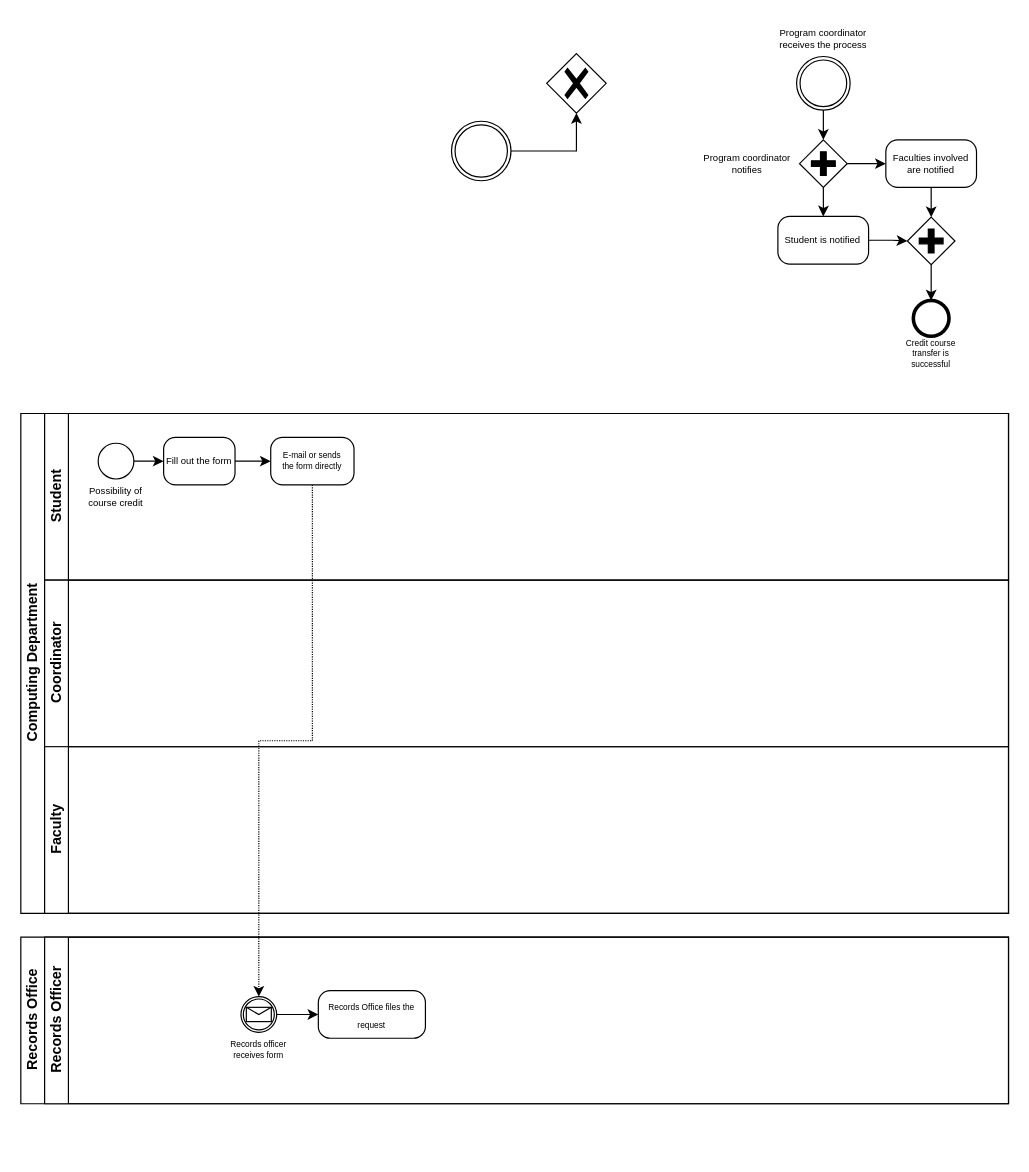
gdcho/comp1712 keeps this draw.io diagram as Untitled Diagram.drawio. Above is the earlier version. Source tidied: cells renumbered, new cells numbered last; positions are measured from the earlier drawing's top-left corner, leaving out a move shared by most shapes. Both pictures are drawn from the tidied source at 119%, with x=0, y=0 at pixel (20, 20).
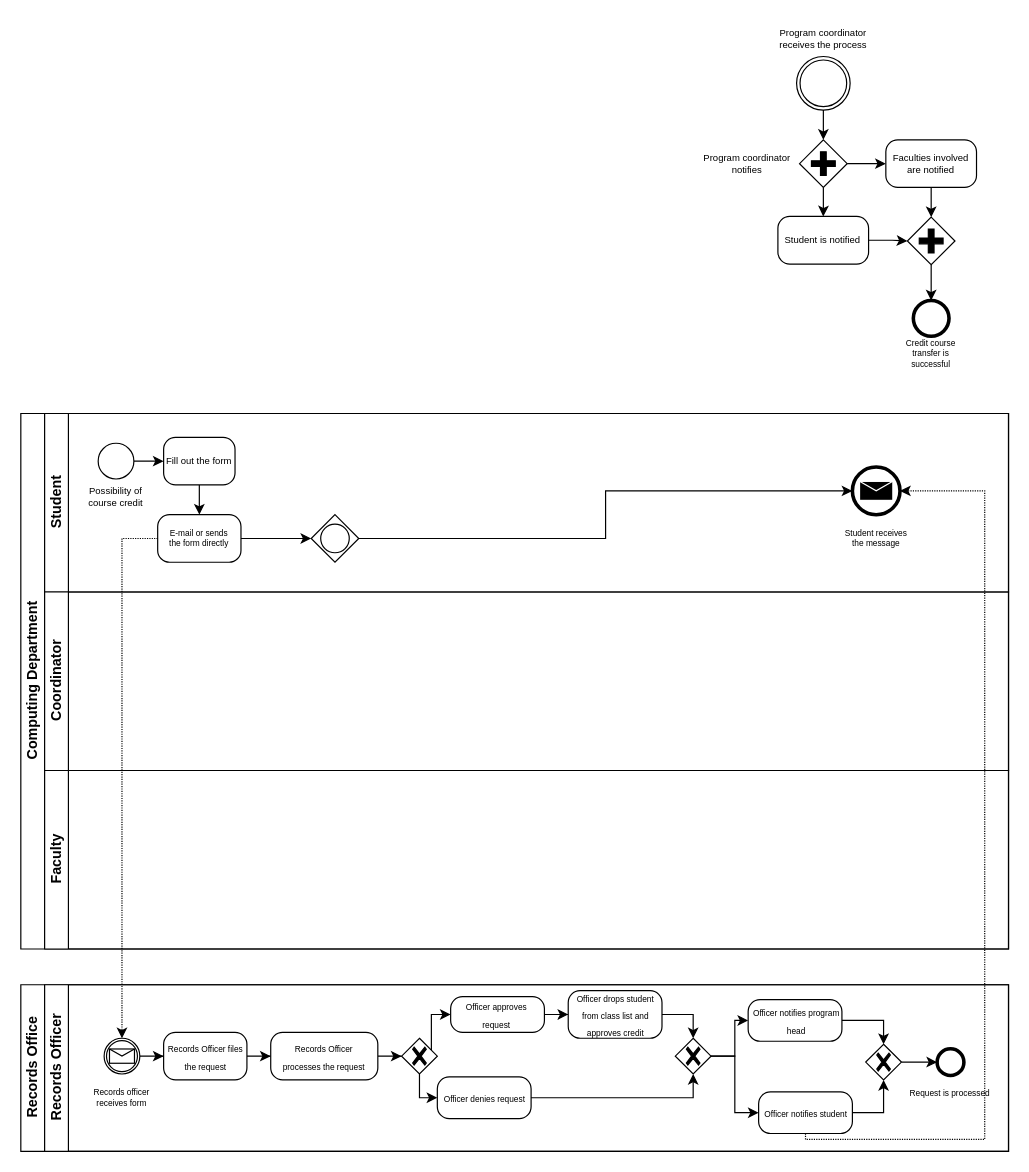
Above is the later version.

Unchanged cells that the change refers to:
```xml
<mxCell id="26" value="Fill out the form" style="points=[[0.25,0,0],[0.5,0,0],[0.75,0,0],[1,0.25,0],[1,0.5,0],[1,0.75,0],[0.75,1,0],[0.5,1,0],[0.25,1,0],[0,0.75,0],[0,0.5,0],[0,0.25,0]];shape=mxgraph.bpmn.task;whiteSpace=wrap;rectStyle=rounded;size=10;html=1;taskMarker=abstract;fontSize=8;" parent="21" vertex="1">
  <mxGeometry x="100" y="20" width="60" height="40" as="geometry" />
</mxCell>
<mxCell id="32" value="Records Officer" style="swimlane;startSize=20;horizontal=0;html=1;" parent="31" vertex="1">
  <mxGeometry x="20" width="810" height="140" as="geometry" />
</mxCell>
```

The edit, as a diff of the source:
```diff
@@
-    <mxCell id="3" style="edgeStyle=orthogonalEdgeStyle;rounded=0;jettySize=auto;html=1;entryX=0.5;entryY=1;entryDx=0;entryDy=0;entryPerimeter=0;" parent="1" edge="1" source="6" target="4">
-      <mxGeometry relative="1" as="geometry" />
-    </mxCell>
-    <mxCell id="4" style="points=[[0.25,0.25,0],[0.5,0,0],[0.75,0.25,0],[1,0.5,0],[0.75,0.75,0],[0.5,1,0],[0.25,0.75,0],[0,0.5,0]];shape=mxgraph.bpmn.gateway2;html=1;verticalLabelPosition=bottom;labelBackgroundColor=#ffffff;verticalAlign=top;align=center;perimeter=rhombusPerimeter;outlineConnect=0;outline=none;symbol=none;gwType=exclusive;" parent="1" vertex="1">
-      <mxGeometry x="441.9" y="27.5" width="50" height="50" as="geometry" />
-    </mxCell>
@@
-    <mxCell id="6" style="points=[[0.145,0.145,0],[0.5,0,0],[0.855,0.145,0],[1,0.5,0],[0.855,0.855,0],[0.5,1,0],[0.145,0.855,0],[0,0.5,0]];shape=mxgraph.bpmn.event;html=1;verticalLabelPosition=bottom;labelBackgroundColor=#ffffff;verticalAlign=top;align=center;perimeter=ellipsePerimeter;outlineConnect=0;outline=throwing;symbol=general;fontSize=8;" parent="1" vertex="1">
-      <mxGeometry x="361.9" y="84.4" width="50" height="50" as="geometry" />
-    </mxCell>
@@
     <mxCell id="20" value="&lt;div&gt;Computing Department&lt;/div&gt;" style="swimlane;horizontal=0;startSize=20;html=1;" parent="1" vertex="1">
-      <mxGeometry y="330" width="830" height="420" as="geometry" />
+      <mxGeometry y="330" width="830" height="450" as="geometry" />
     </mxCell>
     <mxCell id="21" value="Student" style="swimlane;startSize=20;horizontal=0;html=1;" parent="20" vertex="1">
-      <mxGeometry x="20" width="810" height="140" as="geometry" />
+      <mxGeometry x="20" width="810" height="150" as="geometry" />
     </mxCell>
@@
-    <mxCell id="25" style="edgeStyle=orthogonalEdgeStyle;rounded=0;jettySize=auto;html=1;entryX=0;entryY=0.5;entryDx=0;entryDy=0;entryPerimeter=0;" parent="21" edge="1" source="26" target="27">
+    <mxCell id="25" style="edgeStyle=orthogonalEdgeStyle;rounded=0;jettySize=auto;html=1;entryX=0.5;entryY=0;entryDx=0;entryDy=0;entryPerimeter=0;" parent="21" edge="1" source="26" target="27">
       <mxGeometry relative="1" as="geometry" />
     </mxCell>
@@
+    <mxCell id="39" style="edgeStyle=orthogonalEdgeStyle;rounded=0;jettySize=auto;html=1;entryX=0;entryY=0.5;entryDx=0;entryDy=0;entryPerimeter=0;" parent="21" edge="1" source="27" target="41">
+      <mxGeometry relative="1" as="geometry" />
+    </mxCell>
     <mxCell id="27" style="points=[[0.25,0,0],[0.5,0,0],[0.75,0,0],[1,0.25,0],[1,0.5,0],[1,0.75,0],[0.75,1,0],[0.5,1,0],[0.25,1,0],[0,0.75,0],[0,0.5,0],[0,0.25,0]];shape=mxgraph.bpmn.task;whiteSpace=wrap;rectStyle=rounded;size=10;html=1;taskMarker=abstract;" parent="21" vertex="1">
-      <mxGeometry x="190" y="20" width="70" height="40" as="geometry" />
+      <mxGeometry x="95" y="85" width="70" height="40" as="geometry" />
     </mxCell>
     <mxCell id="28" value="E-mail or sends the form directly" style="text;html=1;strokeColor=none;fillColor=none;align=center;verticalAlign=middle;whiteSpace=wrap;rounded=0;fontSize=7;" parent="21" vertex="1">
-      <mxGeometry x="195" y="25" width="60" height="30" as="geometry" />
+      <mxGeometry x="100" y="90" width="60" height="30" as="geometry" />
     </mxCell>
+    <mxCell id="40" style="edgeStyle=orthogonalEdgeStyle;rounded=0;jettySize=auto;html=1;" parent="21" edge="1" source="41" target="42">
+      <mxGeometry relative="1" as="geometry" />
+    </mxCell>
+    <mxCell id="41" style="points=[[0.25,0.25,0],[0.5,0,0],[0.75,0.25,0],[1,0.5,0],[0.75,0.75,0],[0.5,1,0],[0.25,0.75,0],[0,0.5,0]];shape=mxgraph.bpmn.gateway2;html=1;verticalLabelPosition=bottom;labelBackgroundColor=#ffffff;verticalAlign=top;align=center;perimeter=rhombusPerimeter;outlineConnect=0;outline=standard;symbol=general;" parent="21" vertex="1">
+      <mxGeometry x="224" y="85" width="40" height="40" as="geometry" />
+    </mxCell>
+    <mxCell id="42" style="points=[[0.145,0.145,0],[0.5,0,0],[0.855,0.145,0],[1,0.5,0],[0.855,0.855,0],[0.5,1,0],[0.145,0.855,0],[0,0.5,0]];shape=mxgraph.bpmn.event;html=1;verticalLabelPosition=bottom;labelBackgroundColor=#ffffff;verticalAlign=top;align=center;perimeter=ellipsePerimeter;outlineConnect=0;outline=end;symbol=message;" parent="21" vertex="1">
+      <mxGeometry x="678.8" y="45" width="40" height="40" as="geometry" />
+    </mxCell>
+    <mxCell id="43" value="Student receives the message" style="text;html=1;strokeColor=none;fillColor=none;align=center;verticalAlign=middle;whiteSpace=wrap;rounded=0;fontSize=7;" parent="21" vertex="1">
+      <mxGeometry x="668.8" y="90" width="60" height="30" as="geometry" />
+    </mxCell>
     <mxCell id="29" value="Coordinator" style="swimlane;startSize=20;horizontal=0;html=1;" parent="20" vertex="1">
-      <mxGeometry x="20" y="140" width="810" height="140" as="geometry" />
+      <mxGeometry x="20" y="150" width="810" height="150" as="geometry" />
     </mxCell>
     <mxCell id="30" value="Faculty" style="swimlane;startSize=20;horizontal=0;html=1;" parent="20" vertex="1">
-      <mxGeometry x="20" y="280" width="810" height="140" as="geometry" />
+      <mxGeometry x="20" y="300" width="810" height="150" as="geometry" />
     </mxCell>
     <mxCell id="31" value="&lt;div&gt;Records Office&lt;br&gt;&lt;/div&gt;" style="swimlane;horizontal=0;startSize=20;html=1;" parent="1" vertex="1">
-      <mxGeometry y="770" width="830" height="140" as="geometry" />
+      <mxGeometry y="810" width="830" height="140" as="geometry" />
     </mxCell>
@@
     <mxCell id="34" style="points=[[0.145,0.145,0],[0.5,0,0],[0.855,0.145,0],[1,0.5,0],[0.855,0.855,0],[0.5,1,0],[0.145,0.855,0],[0,0.5,0]];shape=mxgraph.bpmn.event;html=1;verticalLabelPosition=bottom;labelBackgroundColor=#ffffff;verticalAlign=top;align=center;perimeter=ellipsePerimeter;outlineConnect=0;outline=catching;symbol=message;" parent="32" vertex="1">
-      <mxGeometry x="165" y="50" width="30" height="30" as="geometry" />
+      <mxGeometry x="50" y="45" width="30" height="30" as="geometry" />
     </mxCell>
     <mxCell id="35" value="Records officer receives form" style="text;html=1;strokeColor=none;fillColor=none;align=center;verticalAlign=middle;whiteSpace=wrap;rounded=0;fontSize=7;" parent="32" vertex="1">
-      <mxGeometry x="150" y="80" width="60" height="30" as="geometry" />
+      <mxGeometry x="35" y="80" width="60" height="30" as="geometry" />
     </mxCell>
+    <mxCell id="44" style="edgeStyle=orthogonalEdgeStyle;rounded=0;jettySize=auto;html=1;entryX=0;entryY=0.5;entryDx=0;entryDy=0;entryPerimeter=0;" parent="32" edge="1" source="36" target="46">
+      <mxGeometry relative="1" as="geometry" />
+    </mxCell>
     <mxCell id="36" style="points=[[0.25,0,0],[0.5,0,0],[0.75,0,0],[1,0.25,0],[1,0.5,0],[1,0.75,0],[0.75,1,0],[0.5,1,0],[0.25,1,0],[0,0.75,0],[0,0.5,0],[0,0.25,0]];shape=mxgraph.bpmn.task;whiteSpace=wrap;rectStyle=rounded;size=10;html=1;taskMarker=abstract;" parent="32" vertex="1">
-      <mxGeometry x="230" y="45" width="90" height="40" as="geometry" />
+      <mxGeometry x="100" y="40" width="70" height="40" as="geometry" />
     </mxCell>
-    <mxCell id="37" value="&lt;font style=&quot;font-size: 7px;&quot;&gt;Records Office files the request&lt;br&gt;&lt;/font&gt;" style="text;html=1;strokeColor=none;fillColor=none;align=center;verticalAlign=middle;whiteSpace=wrap;rounded=0;" parent="32" vertex="1">
-      <mxGeometry x="235" y="52.5" width="80" height="25" as="geometry" />
+    <mxCell id="37" value="&lt;font style=&quot;font-size: 7px;&quot;&gt;Records Officer files the request&lt;br&gt;&lt;/font&gt;" style="text;html=1;strokeColor=none;fillColor=none;align=center;verticalAlign=middle;whiteSpace=wrap;rounded=0;" parent="32" vertex="1">
+      <mxGeometry x="102.5" y="47.5" width="65" height="25" as="geometry" />
     </mxCell>
+    <mxCell id="45" style="edgeStyle=orthogonalEdgeStyle;rounded=0;jettySize=auto;html=1;" parent="32" edge="1" source="46" target="50">
+      <mxGeometry relative="1" as="geometry" />
+    </mxCell>
+    <mxCell id="46" style="points=[[0.25,0,0],[0.5,0,0],[0.75,0,0],[1,0.25,0],[1,0.5,0],[1,0.75,0],[0.75,1,0],[0.5,1,0],[0.25,1,0],[0,0.75,0],[0,0.5,0],[0,0.25,0]];shape=mxgraph.bpmn.task;whiteSpace=wrap;rectStyle=rounded;size=10;html=1;taskMarker=abstract;" parent="32" vertex="1">
+      <mxGeometry x="190" y="40" width="90" height="40" as="geometry" />
+    </mxCell>
+    <mxCell id="47" value="&lt;font style=&quot;font-size: 7px;&quot;&gt;Records Officer processes the request&lt;br&gt;&lt;/font&gt;" style="text;html=1;strokeColor=none;fillColor=none;align=center;verticalAlign=middle;whiteSpace=wrap;rounded=0;" parent="32" vertex="1">
+      <mxGeometry x="196.2" y="47.5" width="77.5" height="25" as="geometry" />
+    </mxCell>
+    <mxCell id="48" style="edgeStyle=orthogonalEdgeStyle;rounded=0;jettySize=auto;html=1;entryX=0;entryY=0.5;entryDx=0;entryDy=0;entryPerimeter=0;" parent="32" edge="1" source="50" target="52">
+      <mxGeometry relative="1" as="geometry">
+        <Array as="points">
+          <mxPoint x="325" y="25" />
+        </Array>
+      </mxGeometry>
+    </mxCell>
+    <mxCell id="49" style="edgeStyle=orthogonalEdgeStyle;rounded=0;jettySize=auto;html=1;entryX=0;entryY=0.5;entryDx=0;entryDy=0;entryPerimeter=0;" parent="32" edge="1" source="50" target="53">
+      <mxGeometry relative="1" as="geometry" />
+    </mxCell>
+    <mxCell id="50" style="points=[[0.25,0.25,0],[0.5,0,0],[0.75,0.25,0],[1,0.5,0],[0.75,0.75,0],[0.5,1,0],[0.25,0.75,0],[0,0.5,0]];shape=mxgraph.bpmn.gateway2;html=1;verticalLabelPosition=bottom;labelBackgroundColor=#ffffff;verticalAlign=top;align=center;perimeter=rhombusPerimeter;outlineConnect=0;outline=none;symbol=none;gwType=exclusive;" parent="32" vertex="1">
+      <mxGeometry x="300" y="45" width="30" height="30" as="geometry" />
+    </mxCell>
+    <mxCell id="51" style="edgeStyle=orthogonalEdgeStyle;rounded=0;jettySize=auto;html=1;entryX=0;entryY=0.5;entryDx=0;entryDy=0;entryPerimeter=0;" parent="32" edge="1" source="52" target="58">
+      <mxGeometry relative="1" as="geometry" />
+    </mxCell>
+    <mxCell id="52" style="points=[[0.25,0,0],[0.5,0,0],[0.75,0,0],[1,0.25,0],[1,0.5,0],[1,0.75,0],[0.75,1,0],[0.5,1,0],[0.25,1,0],[0,0.75,0],[0,0.5,0],[0,0.25,0]];shape=mxgraph.bpmn.task;whiteSpace=wrap;rectStyle=rounded;size=10;html=1;taskMarker=abstract;" parent="32" vertex="1">
+      <mxGeometry x="341.2" y="10" width="78.8" height="30" as="geometry" />
+    </mxCell>
+    <mxCell id="53" style="points=[[0.25,0,0],[0.5,0,0],[0.75,0,0],[1,0.25,0],[1,0.5,0],[1,0.75,0],[0.75,1,0],[0.5,1,0],[0.25,1,0],[0,0.75,0],[0,0.5,0],[0,0.25,0]];shape=mxgraph.bpmn.task;whiteSpace=wrap;rectStyle=rounded;size=10;html=1;taskMarker=abstract;" parent="32" vertex="1">
+      <mxGeometry x="330" y="77.5" width="78.8" height="35" as="geometry" />
+    </mxCell>
+    <mxCell id="54" value="&lt;font style=&quot;font-size: 7px;&quot;&gt;Officer approves request&lt;br&gt;&lt;/font&gt;" style="text;html=1;strokeColor=none;fillColor=none;align=center;verticalAlign=middle;whiteSpace=wrap;rounded=0;" parent="32" vertex="1">
+      <mxGeometry x="341.2" y="16.2" width="77.5" height="17.5" as="geometry" />
+    </mxCell>
+    <mxCell id="55" style="edgeStyle=orthogonalEdgeStyle;rounded=0;jettySize=auto;html=1;entryX=0.5;entryY=1;entryDx=0;entryDy=0;entryPerimeter=0;" parent="32" edge="1" source="56" target="62">
+      <mxGeometry relative="1" as="geometry" />
+    </mxCell>
+    <mxCell id="56" value="&lt;font style=&quot;font-size: 7px;&quot;&gt;Officer denies request&lt;br&gt;&lt;/font&gt;" style="text;html=1;strokeColor=none;fillColor=none;align=center;verticalAlign=middle;whiteSpace=wrap;rounded=0;" parent="32" vertex="1">
+      <mxGeometry x="331.2" y="82.5" width="77.5" height="25" as="geometry" />
+    </mxCell>
+    <mxCell id="57" style="edgeStyle=orthogonalEdgeStyle;rounded=0;jettySize=auto;html=1;entryX=0.5;entryY=0;entryDx=0;entryDy=0;entryPerimeter=0;" parent="32" edge="1" source="58" target="62">
+      <mxGeometry relative="1" as="geometry" />
+    </mxCell>
+    <mxCell id="58" style="points=[[0.25,0,0],[0.5,0,0],[0.75,0,0],[1,0.25,0],[1,0.5,0],[1,0.75,0],[0.75,1,0],[0.5,1,0],[0.25,1,0],[0,0.75,0],[0,0.5,0],[0,0.25,0]];shape=mxgraph.bpmn.task;whiteSpace=wrap;rectStyle=rounded;size=10;html=1;taskMarker=abstract;" parent="32" vertex="1">
+      <mxGeometry x="440" y="5" width="78.8" height="40" as="geometry" />
+    </mxCell>
+    <mxCell id="59" value="&lt;font style=&quot;font-size: 7px;&quot;&gt;Officer drops student from class list and approves credit&lt;br&gt;&lt;/font&gt;" style="text;html=1;strokeColor=none;fillColor=none;align=center;verticalAlign=middle;whiteSpace=wrap;rounded=0;" parent="32" vertex="1">
+      <mxGeometry x="441.2" y="16.2" width="77.5" height="17.5" as="geometry" />
+    </mxCell>
+    <mxCell id="60" style="edgeStyle=orthogonalEdgeStyle;rounded=0;jettySize=auto;html=1;entryX=0;entryY=0.5;entryDx=0;entryDy=0;entryPerimeter=0;" parent="32" edge="1" source="62" target="64">
+      <mxGeometry relative="1" as="geometry" />
+    </mxCell>
+    <mxCell id="61" style="edgeStyle=orthogonalEdgeStyle;rounded=0;jettySize=auto;html=1;entryX=0;entryY=0.5;entryDx=0;entryDy=0;entryPerimeter=0;" parent="32" edge="1" source="62" target="67">
+      <mxGeometry relative="1" as="geometry" />
+    </mxCell>
+    <mxCell id="62" style="points=[[0.25,0.25,0],[0.5,0,0],[0.75,0.25,0],[1,0.5,0],[0.75,0.75,0],[0.5,1,0],[0.25,0.75,0],[0,0.5,0]];shape=mxgraph.bpmn.gateway2;html=1;verticalLabelPosition=bottom;labelBackgroundColor=#ffffff;verticalAlign=top;align=center;perimeter=rhombusPerimeter;outlineConnect=0;outline=none;symbol=none;gwType=exclusive;" parent="32" vertex="1">
+      <mxGeometry x="530" y="45" width="30" height="30" as="geometry" />
+    </mxCell>
+    <mxCell id="63" style="edgeStyle=orthogonalEdgeStyle;rounded=0;jettySize=auto;html=1;entryX=0.5;entryY=0;entryDx=0;entryDy=0;entryPerimeter=0;" parent="32" edge="1" source="64" target="70">
+      <mxGeometry relative="1" as="geometry" />
+    </mxCell>
+    <mxCell id="64" style="points=[[0.25,0,0],[0.5,0,0],[0.75,0,0],[1,0.25,0],[1,0.5,0],[1,0.75,0],[0.75,1,0],[0.5,1,0],[0.25,1,0],[0,0.75,0],[0,0.5,0],[0,0.25,0]];shape=mxgraph.bpmn.task;whiteSpace=wrap;rectStyle=rounded;size=10;html=1;taskMarker=abstract;" parent="32" vertex="1">
+      <mxGeometry x="591.2" y="12.5" width="78.8" height="35" as="geometry" />
+    </mxCell>
+    <mxCell id="65" value="&lt;font style=&quot;font-size: 7px;&quot;&gt;Officer notifies program head&lt;br&gt;&lt;/font&gt;" style="text;html=1;strokeColor=none;fillColor=none;align=center;verticalAlign=middle;whiteSpace=wrap;rounded=0;" parent="32" vertex="1">
+      <mxGeometry x="592.5" y="17.5" width="77.5" height="25" as="geometry" />
+    </mxCell>
+    <mxCell id="66" style="edgeStyle=orthogonalEdgeStyle;rounded=0;jettySize=auto;html=1;entryX=0.5;entryY=1;entryDx=0;entryDy=0;entryPerimeter=0;" parent="32" edge="1" source="67" target="70">
+      <mxGeometry relative="1" as="geometry" />
+    </mxCell>
+    <mxCell id="67" style="points=[[0.25,0,0],[0.5,0,0],[0.75,0,0],[1,0.25,0],[1,0.5,0],[1,0.75,0],[0.75,1,0],[0.5,1,0],[0.25,1,0],[0,0.75,0],[0,0.5,0],[0,0.25,0]];shape=mxgraph.bpmn.task;whiteSpace=wrap;rectStyle=rounded;size=10;html=1;taskMarker=abstract;" parent="32" vertex="1">
+      <mxGeometry x="600" y="90" width="78.8" height="35" as="geometry" />
+    </mxCell>
+    <mxCell id="68" value="&lt;font style=&quot;font-size: 7px;&quot;&gt;Officer notifies student&lt;br&gt;&lt;/font&gt;" style="text;html=1;strokeColor=none;fillColor=none;align=center;verticalAlign=middle;whiteSpace=wrap;rounded=0;" parent="32" vertex="1">
+      <mxGeometry x="601.2" y="95" width="77.5" height="25" as="geometry" />
+    </mxCell>
+    <mxCell id="69" style="edgeStyle=orthogonalEdgeStyle;rounded=0;jettySize=auto;html=1;" parent="32" edge="1" source="70" target="71">
+      <mxGeometry relative="1" as="geometry" />
+    </mxCell>
+    <mxCell id="70" style="points=[[0.25,0.25,0],[0.5,0,0],[0.75,0.25,0],[1,0.5,0],[0.75,0.75,0],[0.5,1,0],[0.25,0.75,0],[0,0.5,0]];shape=mxgraph.bpmn.gateway2;html=1;verticalLabelPosition=bottom;labelBackgroundColor=#ffffff;verticalAlign=top;align=center;perimeter=rhombusPerimeter;outlineConnect=0;outline=none;symbol=none;gwType=exclusive;" parent="32" vertex="1">
+      <mxGeometry x="690" y="50" width="30" height="30" as="geometry" />
+    </mxCell>
+    <mxCell id="71" style="points=[[0.145,0.145,0],[0.5,0,0],[0.855,0.145,0],[1,0.5,0],[0.855,0.855,0],[0.5,1,0],[0.145,0.855,0],[0,0.5,0]];shape=mxgraph.bpmn.event;html=1;verticalLabelPosition=bottom;labelBackgroundColor=#ffffff;verticalAlign=top;align=center;perimeter=ellipsePerimeter;outlineConnect=0;outline=end;symbol=terminate2;" parent="32" vertex="1">
+      <mxGeometry x="750" y="53.8" width="22.5" height="22.5" as="geometry" />
+    </mxCell>
+    <mxCell id="72" value="&lt;font style=&quot;font-size: 7px;&quot;&gt;Request is processed&lt;br&gt;&lt;/font&gt;" style="text;html=1;strokeColor=none;fillColor=none;align=center;verticalAlign=middle;whiteSpace=wrap;rounded=0;" parent="32" vertex="1">
+      <mxGeometry x="726.2" y="77.5" width="70" height="25" as="geometry" />
+    </mxCell>
@@
+    <mxCell id="73" style="edgeStyle=orthogonalEdgeStyle;rounded=0;jettySize=auto;html=1;entryX=1;entryY=0.5;entryDx=0;entryDy=0;entryPerimeter=0;dashed=1;dashPattern=1 1;" parent="1" edge="1" source="67" target="42">
+      <mxGeometry relative="1" as="geometry">
+        <Array as="points">
+          <mxPoint x="659" y="940" />
+          <mxPoint x="810" y="940" />
+          <mxPoint x="810" y="395" />
+        </Array>
+      </mxGeometry>
+    </mxCell>
```
